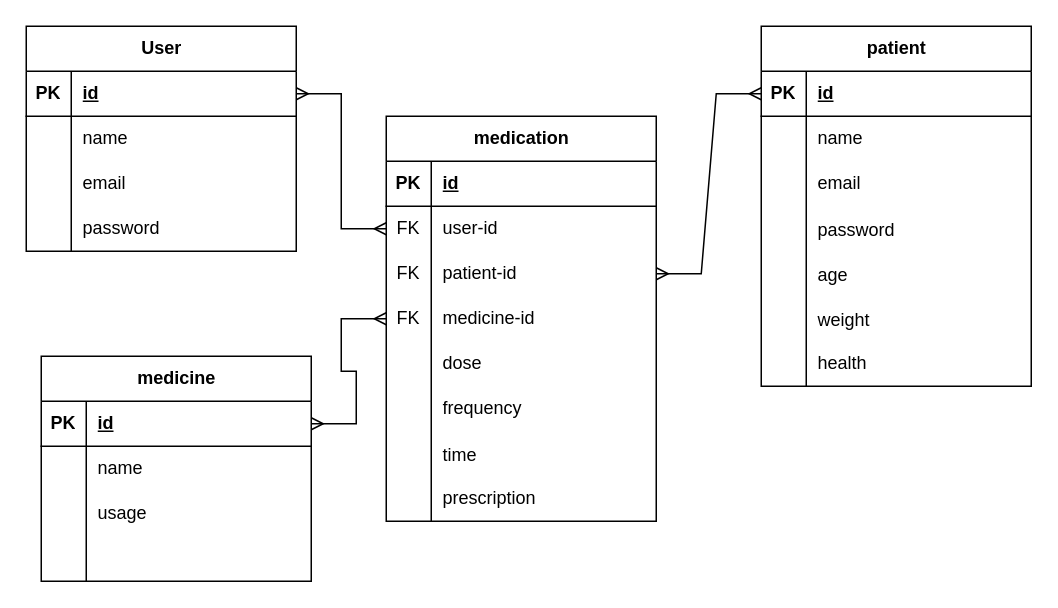
The draw.io diagram Untitled Diagram.drawio in XpertBotTeam/XpertBot_MedTech_Backend, before the edit. Source tidied: cells renumbered, new cells numbered last; positions are measured from the earlier drawing's top-left corner, leaving out a move shared by most shapes. Both pictures are drawn from the tidied source at 150%, with x=0, y=0 at pixel (26, 26).
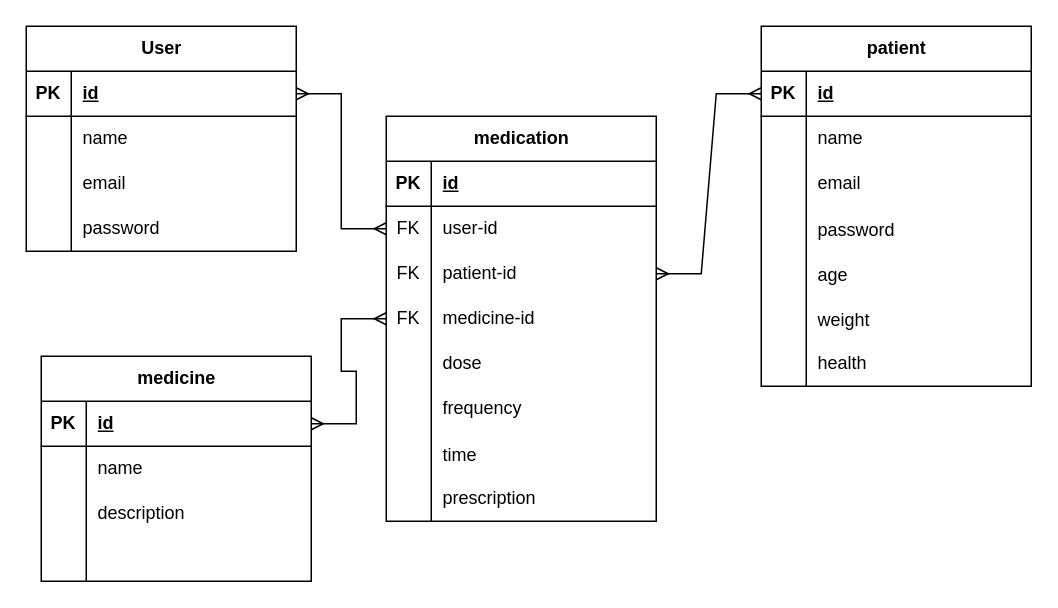
The same page after the edit.

Commit message:
ERD_diagram

The change refers to these unchanged cells:
```xml
<mxCell id="69" style="shape=tableRow;horizontal=0;startSize=0;swimlaneHead=0;swimlaneBody=0;fillColor=none;top=0;left=0;right=0;bottom=0;" parent="62" vertex="1">
  <mxGeometry y="90" width="180" height="30" as="geometry" />
</mxCell>
```

What changed in the source:
```diff
@@
-    <mxCell id="71" value="usage" style="shape=partialRectangle;fillColor=none;top=0;left=0;bottom=0;right=0;align=left;spacingLeft=6;overflow=hidden;whiteSpace=wrap;html=1;" parent="69" vertex="1">
+    <mxCell id="71" value="description" style="shape=partialRectangle;fillColor=none;top=0;left=0;bottom=0;right=0;align=left;spacingLeft=6;overflow=hidden;whiteSpace=wrap;html=1;" parent="69" vertex="1">
       <mxGeometry x="30" width="150" height="30" as="geometry" />
     </mxCell>
```
